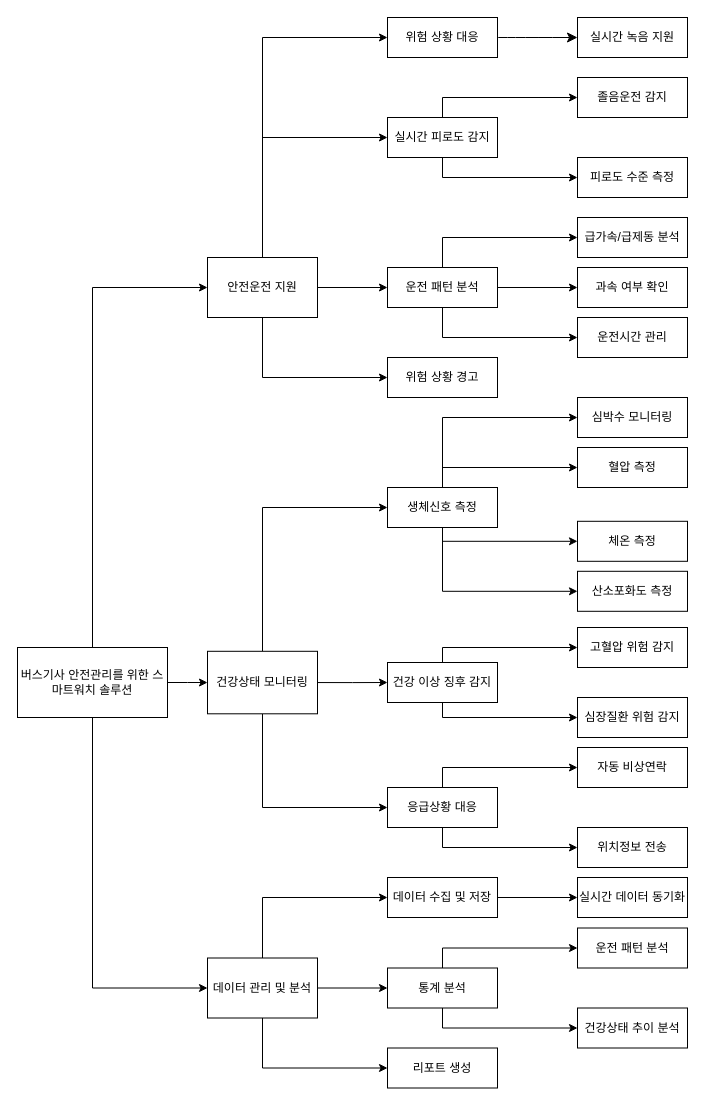
VegetableKim/- keeps this draw.io diagram as page "페이지-1" (1 of 2) of objective_tree.drawio. Above is the earlier version. Source tidied: cells renumbered, new cells numbered last; positions are measured from the earlier drawing's top-left corner, leaving out a move shared by most shapes. Both pictures are drawn from the tidied source at 100%, with x=0, y=0 at pixel (17, 17).
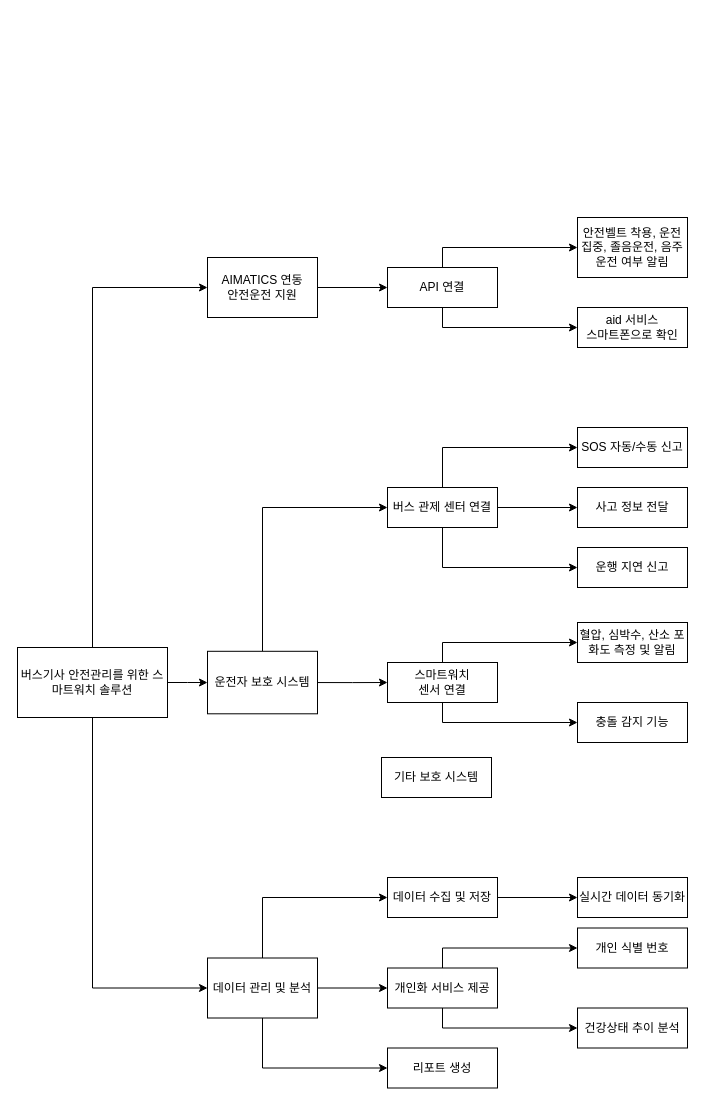
Above is the later version.

What changed in the source:
```diff
@@
-    <mxCell id="6" style="edgeStyle=orthogonalEdgeStyle;rounded=0;jettySize=auto;html=1;exitX=1;exitY=0.5;exitDx=0;exitDy=0;entryX=0;entryY=0.5;entryDx=0;entryDy=0;" parent="1" edge="1" source="9" target="24">
-      <mxGeometry relative="1" as="geometry" />
-    </mxCell>
-    <mxCell id="7" style="edgeStyle=orthogonalEdgeStyle;rounded=0;jettySize=auto;html=1;exitX=0.5;exitY=0;exitDx=0;exitDy=0;entryX=0;entryY=0.5;entryDx=0;entryDy=0;" parent="1" edge="1" source="9" target="20">
-      <mxGeometry relative="1" as="geometry" />
-    </mxCell>
-    <mxCell id="8" style="edgeStyle=orthogonalEdgeStyle;rounded=0;jettySize=auto;html=1;exitX=0.5;exitY=1;exitDx=0;exitDy=0;entryX=0;entryY=0.5;entryDx=0;entryDy=0;" parent="1" edge="1" source="9" target="25">
-      <mxGeometry relative="1" as="geometry" />
-    </mxCell>
+    <mxCell id="63" style="edgeStyle=orthogonalEdgeStyle;rounded=0;jettySize=auto;html=1;exitX=1;exitY=0.5;exitDx=0;exitDy=0;" parent="1" edge="1" source="9" target="68">
+      <mxGeometry relative="1" as="geometry" />
+    </mxCell>
-    <mxCell id="9" value="안전운전 지원" style="rounded=0;whiteSpace=wrap;html=1;" parent="1" vertex="1">
+    <mxCell id="9" value="AIMATICS 연동&lt;div&gt;안전운전 지원&lt;/div&gt;" style="rounded=0;whiteSpace=wrap;html=1;" parent="1" vertex="1">
       <mxGeometry x="190" y="240" width="110" height="60" as="geometry" />
     </mxCell>
-    <mxCell id="10" style="edgeStyle=orthogonalEdgeStyle;rounded=0;jettySize=auto;html=1;exitX=1;exitY=0.5;exitDx=0;exitDy=0;entryX=0;entryY=0.5;entryDx=0;entryDy=0;" parent="1" edge="1" source="13" target="33">
-      <mxGeometry relative="1" as="geometry" />
-    </mxCell>
-    <mxCell id="11" style="edgeStyle=orthogonalEdgeStyle;rounded=0;jettySize=auto;html=1;exitX=0.5;exitY=1;exitDx=0;exitDy=0;entryX=0;entryY=0.5;entryDx=0;entryDy=0;" parent="1" edge="1" source="13" target="36">
-      <mxGeometry relative="1" as="geometry" />
-    </mxCell>
-    <mxCell id="12" style="edgeStyle=orthogonalEdgeStyle;rounded=0;jettySize=auto;html=1;exitX=0.5;exitY=0;exitDx=0;exitDy=0;entryX=0;entryY=0.5;entryDx=0;entryDy=0;" parent="1" edge="1" source="13" target="30">
-      <mxGeometry relative="1" as="geometry" />
-    </mxCell>
+    <mxCell id="64" style="edgeStyle=orthogonalEdgeStyle;rounded=0;jettySize=auto;html=1;exitX=1;exitY=0.5;exitDx=0;exitDy=0;entryX=0;entryY=0.5;entryDx=0;entryDy=0;" parent="1" edge="1" source="13" target="77">
+      <mxGeometry relative="1" as="geometry" />
+    </mxCell>
+    <mxCell id="65" style="edgeStyle=orthogonalEdgeStyle;rounded=0;jettySize=auto;html=1;exitX=0.5;exitY=0;exitDx=0;exitDy=0;entryX=0;entryY=0.5;entryDx=0;entryDy=0;" parent="1" edge="1" source="13" target="74">
+      <mxGeometry relative="1" as="geometry" />
+    </mxCell>
-    <mxCell id="13" value="건강상태 모니터링" style="rounded=0;whiteSpace=wrap;html=1;" parent="1" vertex="1">
+    <mxCell id="13" value="운전자 보호 시스템" style="rounded=0;whiteSpace=wrap;html=1;" parent="1" vertex="1">
       <mxGeometry x="190" y="633.8" width="110" height="62.5" as="geometry" />
     </mxCell>
@@
-    <mxCell id="18" style="edgeStyle=orthogonalEdgeStyle;rounded=0;jettySize=auto;html=1;exitX=0.5;exitY=0;exitDx=0;exitDy=0;entryX=0;entryY=0.5;entryDx=0;entryDy=0;" parent="1" edge="1" source="20" target="51">
-      <mxGeometry relative="1" as="geometry" />
-    </mxCell>
-    <mxCell id="19" style="edgeStyle=orthogonalEdgeStyle;rounded=0;jettySize=auto;html=1;exitX=0.5;exitY=1;exitDx=0;exitDy=0;entryX=0;entryY=0.5;entryDx=0;entryDy=0;" parent="1" edge="1" source="20" target="52">
-      <mxGeometry relative="1" as="geometry" />
-    </mxCell>
-    <mxCell id="20" value="실시간 피로도 감지" style="rounded=0;whiteSpace=wrap;html=1;" parent="1" vertex="1">
-      <mxGeometry x="370" y="100" width="110" height="40" as="geometry" />
-    </mxCell>
-    <mxCell id="21" style="edgeStyle=orthogonalEdgeStyle;rounded=0;jettySize=auto;html=1;exitX=0.5;exitY=0;exitDx=0;exitDy=0;entryX=0;entryY=0.5;entryDx=0;entryDy=0;" parent="1" edge="1" source="24" target="53">
-      <mxGeometry relative="1" as="geometry" />
-    </mxCell>
-    <mxCell id="22" style="edgeStyle=orthogonalEdgeStyle;rounded=0;jettySize=auto;html=1;exitX=1;exitY=0.5;exitDx=0;exitDy=0;" parent="1" edge="1" source="24" target="54">
-      <mxGeometry relative="1" as="geometry" />
-    </mxCell>
-    <mxCell id="23" style="edgeStyle=orthogonalEdgeStyle;rounded=0;jettySize=auto;html=1;exitX=0.5;exitY=1;exitDx=0;exitDy=0;entryX=0;entryY=0.5;entryDx=0;entryDy=0;" parent="1" edge="1" source="24" target="55">
-      <mxGeometry relative="1" as="geometry" />
-    </mxCell>
-    <mxCell id="24" value="운전 패턴 분석" style="rounded=0;whiteSpace=wrap;html=1;" parent="1" vertex="1">
-      <mxGeometry x="370" y="250" width="110" height="40" as="geometry" />
-    </mxCell>
-    <mxCell id="25" value="위험 상황 경고" style="rounded=0;whiteSpace=wrap;html=1;" parent="1" vertex="1">
-      <mxGeometry x="370" y="340" width="110" height="40" as="geometry" />
-    </mxCell>
-    <mxCell id="26" style="edgeStyle=orthogonalEdgeStyle;rounded=0;jettySize=auto;html=1;exitX=0.5;exitY=0;exitDx=0;exitDy=0;entryX=0;entryY=0.5;entryDx=0;entryDy=0;" parent="1" edge="1" source="30" target="43">
-      <mxGeometry relative="1" as="geometry" />
-    </mxCell>
-    <mxCell id="27" style="edgeStyle=orthogonalEdgeStyle;rounded=0;jettySize=auto;html=1;exitX=0.5;exitY=0;exitDx=0;exitDy=0;entryX=0;entryY=0.5;entryDx=0;entryDy=0;" parent="1" edge="1" source="30" target="44">
-      <mxGeometry relative="1" as="geometry" />
-    </mxCell>
-    <mxCell id="28" style="edgeStyle=orthogonalEdgeStyle;rounded=0;jettySize=auto;html=1;exitX=0.5;exitY=1;exitDx=0;exitDy=0;entryX=0;entryY=0.5;entryDx=0;entryDy=0;" parent="1" edge="1" source="30" target="45">
-      <mxGeometry relative="1" as="geometry">
-        <Array as="points">
-          <mxPoint x="425" y="524" />
-        </Array>
-      </mxGeometry>
-    </mxCell>
-    <mxCell id="29" style="edgeStyle=orthogonalEdgeStyle;rounded=0;jettySize=auto;html=1;exitX=0.5;exitY=1;exitDx=0;exitDy=0;entryX=0;entryY=0.5;entryDx=0;entryDy=0;" parent="1" edge="1" source="30" target="46">
-      <mxGeometry relative="1" as="geometry" />
-    </mxCell>
-    <mxCell id="30" value="생체신호 측정" style="rounded=0;whiteSpace=wrap;html=1;" parent="1" vertex="1">
-      <mxGeometry x="370" y="470" width="110" height="40" as="geometry" />
-    </mxCell>
-    <mxCell id="31" style="edgeStyle=orthogonalEdgeStyle;rounded=0;jettySize=auto;html=1;exitX=0.5;exitY=0;exitDx=0;exitDy=0;entryX=0;entryY=0.5;entryDx=0;entryDy=0;" parent="1" edge="1" source="33" target="47">
-      <mxGeometry relative="1" as="geometry">
-        <Array as="points">
-          <mxPoint x="425" y="630" />
-        </Array>
-      </mxGeometry>
-    </mxCell>
-    <mxCell id="32" style="edgeStyle=orthogonalEdgeStyle;rounded=0;jettySize=auto;html=1;exitX=0.5;exitY=1;exitDx=0;exitDy=0;entryX=0;entryY=0.5;entryDx=0;entryDy=0;" parent="1" edge="1" source="33" target="48">
-      <mxGeometry relative="1" as="geometry">
-        <Array as="points">
-          <mxPoint x="425" y="700" />
-        </Array>
-      </mxGeometry>
-    </mxCell>
-    <mxCell id="33" value="건강 이상 징후 감지" style="rounded=0;whiteSpace=wrap;html=1;" parent="1" vertex="1">
-      <mxGeometry x="370" y="645" width="110" height="40" as="geometry" />
-    </mxCell>
-    <mxCell id="34" style="edgeStyle=orthogonalEdgeStyle;rounded=0;jettySize=auto;html=1;exitX=0.5;exitY=0;exitDx=0;exitDy=0;entryX=0;entryY=0.5;entryDx=0;entryDy=0;" parent="1" edge="1" source="36" target="49">
-      <mxGeometry relative="1" as="geometry" />
-    </mxCell>
-    <mxCell id="35" style="edgeStyle=orthogonalEdgeStyle;rounded=0;jettySize=auto;html=1;exitX=0.5;exitY=1;exitDx=0;exitDy=0;entryX=0;entryY=0.5;entryDx=0;entryDy=0;" parent="1" edge="1" source="36" target="50">
-      <mxGeometry relative="1" as="geometry" />
-    </mxCell>
-    <mxCell id="36" value="응급상황 대응" style="rounded=0;whiteSpace=wrap;html=1;" parent="1" vertex="1">
-      <mxGeometry x="370" y="770" width="110" height="40" as="geometry" />
-    </mxCell>
@@
-    <mxCell id="41" value="통계 분석" style="rounded=0;whiteSpace=wrap;html=1;" parent="1" vertex="1">
+    <mxCell id="41" value="개인화 서비스 제공" style="rounded=0;whiteSpace=wrap;html=1;" parent="1" vertex="1">
       <mxGeometry x="370" y="950.5" width="110" height="40" as="geometry" />
     </mxCell>
@@
-    <mxCell id="43" value="심박수 모니터링" style="rounded=0;whiteSpace=wrap;html=1;" parent="1" vertex="1">
-      <mxGeometry x="560" y="380" width="110" height="40" as="geometry" />
-    </mxCell>
-    <mxCell id="44" value="혈압 측정" style="rounded=0;whiteSpace=wrap;html=1;" parent="1" vertex="1">
-      <mxGeometry x="560" y="430" width="110" height="40" as="geometry" />
-    </mxCell>
-    <mxCell id="45" value="체온 측정" style="rounded=0;whiteSpace=wrap;html=1;" parent="1" vertex="1">
-      <mxGeometry x="560" y="503.8" width="110" height="40" as="geometry" />
-    </mxCell>
-    <mxCell id="46" value="산소포화도 측정" style="rounded=0;whiteSpace=wrap;html=1;" parent="1" vertex="1">
-      <mxGeometry x="560" y="553.8" width="110" height="40" as="geometry" />
-    </mxCell>
-    <mxCell id="47" value="고혈압 위험 감지" style="rounded=0;whiteSpace=wrap;html=1;" parent="1" vertex="1">
-      <mxGeometry x="560" y="610" width="110" height="40" as="geometry" />
-    </mxCell>
-    <mxCell id="48" value="심장질환 위험 감지" style="rounded=0;whiteSpace=wrap;html=1;" parent="1" vertex="1">
-      <mxGeometry x="560" y="680" width="110" height="40" as="geometry" />
-    </mxCell>
-    <mxCell id="49" value="자동 비상연락" style="rounded=0;whiteSpace=wrap;html=1;" parent="1" vertex="1">
-      <mxGeometry x="560" y="730" width="110" height="40" as="geometry" />
-    </mxCell>
-    <mxCell id="50" value="위치정보 전송" style="rounded=0;whiteSpace=wrap;html=1;" parent="1" vertex="1">
-      <mxGeometry x="560" y="810" width="110" height="40" as="geometry" />
-    </mxCell>
-    <mxCell id="51" value="졸음운전 감지" style="rounded=0;whiteSpace=wrap;html=1;" parent="1" vertex="1">
-      <mxGeometry x="560" y="60" width="110" height="40" as="geometry" />
-    </mxCell>
-    <mxCell id="52" value="피로도 수준 측정" style="rounded=0;whiteSpace=wrap;html=1;" parent="1" vertex="1">
-      <mxGeometry x="560" y="140" width="110" height="40" as="geometry" />
-    </mxCell>
-    <mxCell id="53" value="급가속/급제동 분석" style="rounded=0;whiteSpace=wrap;html=1;" parent="1" vertex="1">
-      <mxGeometry x="560" y="200" width="110" height="40" as="geometry" />
-    </mxCell>
-    <mxCell id="54" value="과속 여부 확인" style="rounded=0;whiteSpace=wrap;html=1;" parent="1" vertex="1">
-      <mxGeometry x="560" y="250" width="110" height="40" as="geometry" />
-    </mxCell>
-    <mxCell id="55" value="운전시간 관리" style="rounded=0;whiteSpace=wrap;html=1;" parent="1" vertex="1">
-      <mxGeometry x="560" y="300" width="110" height="40" as="geometry" />
-    </mxCell>
@@
-    <mxCell id="57" value="운전 패턴 분석" style="rounded=0;whiteSpace=wrap;html=1;" parent="1" vertex="1">
+    <mxCell id="57" value="개인 식별 번호" style="rounded=0;whiteSpace=wrap;html=1;" parent="1" vertex="1">
       <mxGeometry x="560" y="910.5" width="110" height="40" as="geometry" />
     </mxCell>
@@
-    <mxCell id="59" style="edgeStyle=none;curved=1;rounded=0;jettySize=auto;html=1;exitX=1;exitY=0.5;exitDx=0;exitDy=0;entryX=0;entryY=0.5;entryDx=0;entryDy=0;fontSize=12;startSize=8;endSize=8;" parent="1" edge="1" source="60" target="61">
-      <mxGeometry relative="1" as="geometry" />
-    </mxCell>
-    <mxCell id="60" value="위험 상황 대응" style="rounded=0;whiteSpace=wrap;html=1;" parent="1" vertex="1">
-      <mxGeometry x="370" width="110" height="40" as="geometry" />
-    </mxCell>
-    <mxCell id="61" value="실시간 녹음 지원" style="rounded=0;whiteSpace=wrap;html=1;" parent="1" vertex="1">
-      <mxGeometry x="560" width="110" height="40" as="geometry" />
-    </mxCell>
-    <mxCell id="62" style="edgeStyle=orthogonalEdgeStyle;rounded=0;jettySize=auto;html=1;entryX=0;entryY=0.5;entryDx=0;entryDy=0;" parent="1" edge="1" target="60">
-      <mxGeometry relative="1" as="geometry">
-        <mxPoint x="245" y="240" as="sourcePoint" />
-        <Array as="points">
-          <mxPoint x="245" y="20" />
-        </Array>
-      </mxGeometry>
-    </mxCell>
+    <mxCell id="66" style="edgeStyle=orthogonalEdgeStyle;rounded=0;jettySize=auto;html=1;exitX=0.5;exitY=0;exitDx=0;exitDy=0;entryX=0;entryY=0.5;entryDx=0;entryDy=0;" parent="1" edge="1" source="68" target="69">
+      <mxGeometry relative="1" as="geometry" />
+    </mxCell>
+    <mxCell id="67" style="edgeStyle=orthogonalEdgeStyle;rounded=0;jettySize=auto;html=1;exitX=0.5;exitY=1;exitDx=0;exitDy=0;entryX=0;entryY=0.5;entryDx=0;entryDy=0;" parent="1" edge="1" source="68" target="70">
+      <mxGeometry relative="1" as="geometry" />
+    </mxCell>
+    <mxCell id="68" value="API 연결" style="rounded=0;whiteSpace=wrap;html=1;" parent="1" vertex="1">
+      <mxGeometry x="370" y="250" width="110" height="40" as="geometry" />
+    </mxCell>
+    <mxCell id="69" value="안전벨트 착용, 운전 집중, 졸음운전, 음주운전 여부 알림" style="rounded=0;whiteSpace=wrap;html=1;" parent="1" vertex="1">
+      <mxGeometry x="560" y="200" width="110" height="60" as="geometry" />
+    </mxCell>
+    <mxCell id="70" value="aid 서비스&lt;div&gt;스마트폰으로 확인&lt;/div&gt;" style="rounded=0;whiteSpace=wrap;html=1;" parent="1" vertex="1">
+      <mxGeometry x="560" y="290" width="110" height="40" as="geometry" />
+    </mxCell>
+    <mxCell id="71" style="edgeStyle=orthogonalEdgeStyle;rounded=0;jettySize=auto;html=1;exitX=0.5;exitY=0;exitDx=0;exitDy=0;entryX=0;entryY=0.5;entryDx=0;entryDy=0;" parent="1" edge="1" source="74" target="79">
+      <mxGeometry relative="1" as="geometry" />
+    </mxCell>
+    <mxCell id="72" style="edgeStyle=orthogonalEdgeStyle;rounded=0;jettySize=auto;html=1;exitX=1;exitY=0.5;exitDx=0;exitDy=0;entryX=0;entryY=0.5;entryDx=0;entryDy=0;" parent="1" edge="1" source="74" target="80">
+      <mxGeometry relative="1" as="geometry" />
+    </mxCell>
+    <mxCell id="73" style="edgeStyle=orthogonalEdgeStyle;rounded=0;jettySize=auto;html=1;exitX=0.5;exitY=1;exitDx=0;exitDy=0;entryX=0;entryY=0.5;entryDx=0;entryDy=0;" parent="1" edge="1" source="74" target="81">
+      <mxGeometry relative="1" as="geometry" />
+    </mxCell>
+    <mxCell id="74" value="버스 관제 센터 연결" style="rounded=0;whiteSpace=wrap;html=1;" parent="1" vertex="1">
+      <mxGeometry x="370" y="470" width="110" height="40" as="geometry" />
+    </mxCell>
+    <mxCell id="75" style="edgeStyle=orthogonalEdgeStyle;rounded=0;jettySize=auto;html=1;exitX=0.5;exitY=0;exitDx=0;exitDy=0;entryX=0;entryY=0.5;entryDx=0;entryDy=0;" parent="1" edge="1" source="77" target="82">
+      <mxGeometry relative="1" as="geometry" />
+    </mxCell>
+    <mxCell id="76" style="edgeStyle=orthogonalEdgeStyle;rounded=0;jettySize=auto;html=1;exitX=0.5;exitY=1;exitDx=0;exitDy=0;entryX=0;entryY=0.5;entryDx=0;entryDy=0;" parent="1" edge="1" source="77" target="83">
+      <mxGeometry relative="1" as="geometry" />
+    </mxCell>
+    <mxCell id="77" value="스마트워치&lt;div&gt;센서 연결&lt;/div&gt;" style="rounded=0;whiteSpace=wrap;html=1;" parent="1" vertex="1">
+      <mxGeometry x="370" y="645" width="110" height="40" as="geometry" />
+    </mxCell>
+    <mxCell id="78" value="기타 보호 시스템" style="rounded=0;whiteSpace=wrap;html=1;" parent="1" vertex="1">
+      <mxGeometry x="364" y="740" width="110" height="40" as="geometry" />
+    </mxCell>
+    <mxCell id="79" value="SOS 자동/수동 신고" style="rounded=0;whiteSpace=wrap;html=1;" parent="1" vertex="1">
+      <mxGeometry x="560" y="410" width="110" height="40" as="geometry" />
+    </mxCell>
+    <mxCell id="80" value="사고 정보 전달" style="rounded=0;whiteSpace=wrap;html=1;" parent="1" vertex="1">
+      <mxGeometry x="560" y="470" width="110" height="40" as="geometry" />
+    </mxCell>
+    <mxCell id="81" value="운행 지연 신고" style="rounded=0;whiteSpace=wrap;html=1;" parent="1" vertex="1">
+      <mxGeometry x="560" y="530" width="110" height="40" as="geometry" />
+    </mxCell>
+    <mxCell id="82" value="혈압, 심박수, 산소 포화도 측정 및 알림" style="rounded=0;whiteSpace=wrap;html=1;" parent="1" vertex="1">
+      <mxGeometry x="560" y="605" width="110" height="40" as="geometry" />
+    </mxCell>
+    <mxCell id="83" value="충돌 감지 기능" style="rounded=0;whiteSpace=wrap;html=1;" parent="1" vertex="1">
+      <mxGeometry x="560" y="685" width="110" height="40" as="geometry" />
+    </mxCell>
```
